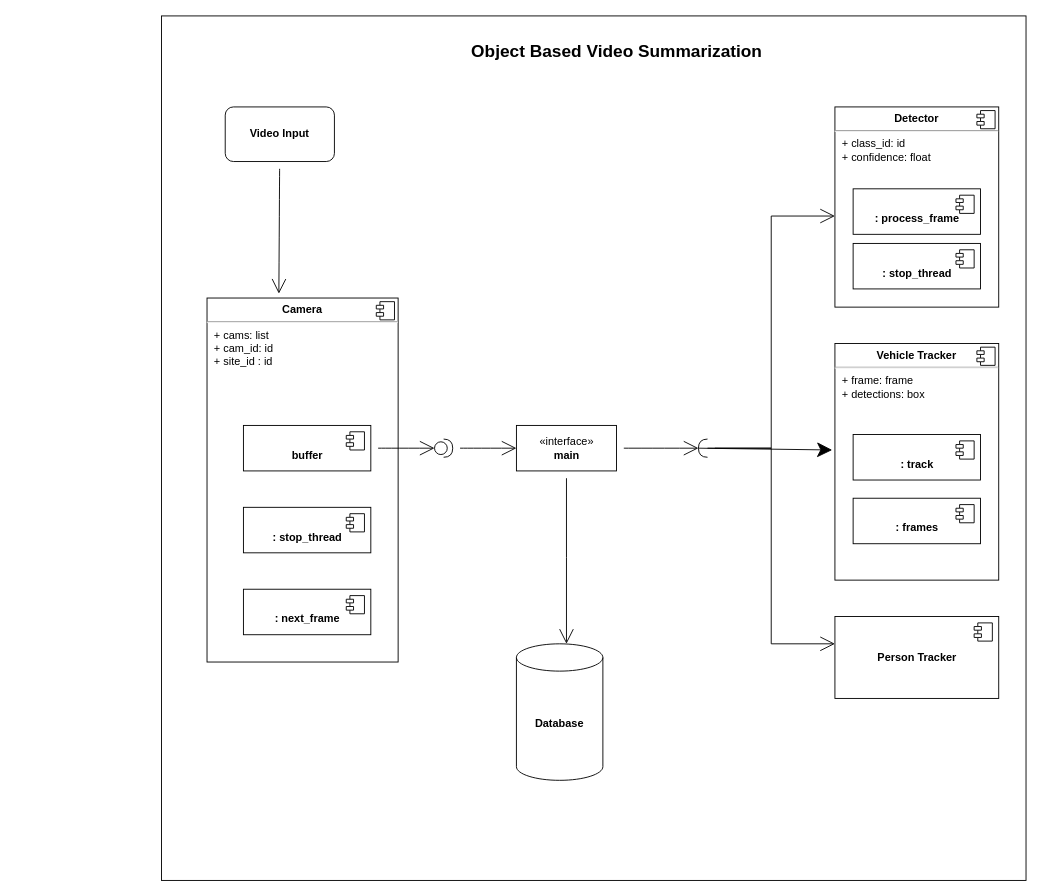
Earlier version of the draw.io diagram Untitled Diagram.drawio (vishvarana/AI-ML-for-Newborn-Babies-in-Healthcare). Source tidied: cells renumbered, new cells numbered last; positions are measured from the earlier drawing's top-left corner, leaving out a move shared by most shapes. Both pictures are drawn from the tidied source at 91%, with x=0, y=0 at pixel (161, 15).
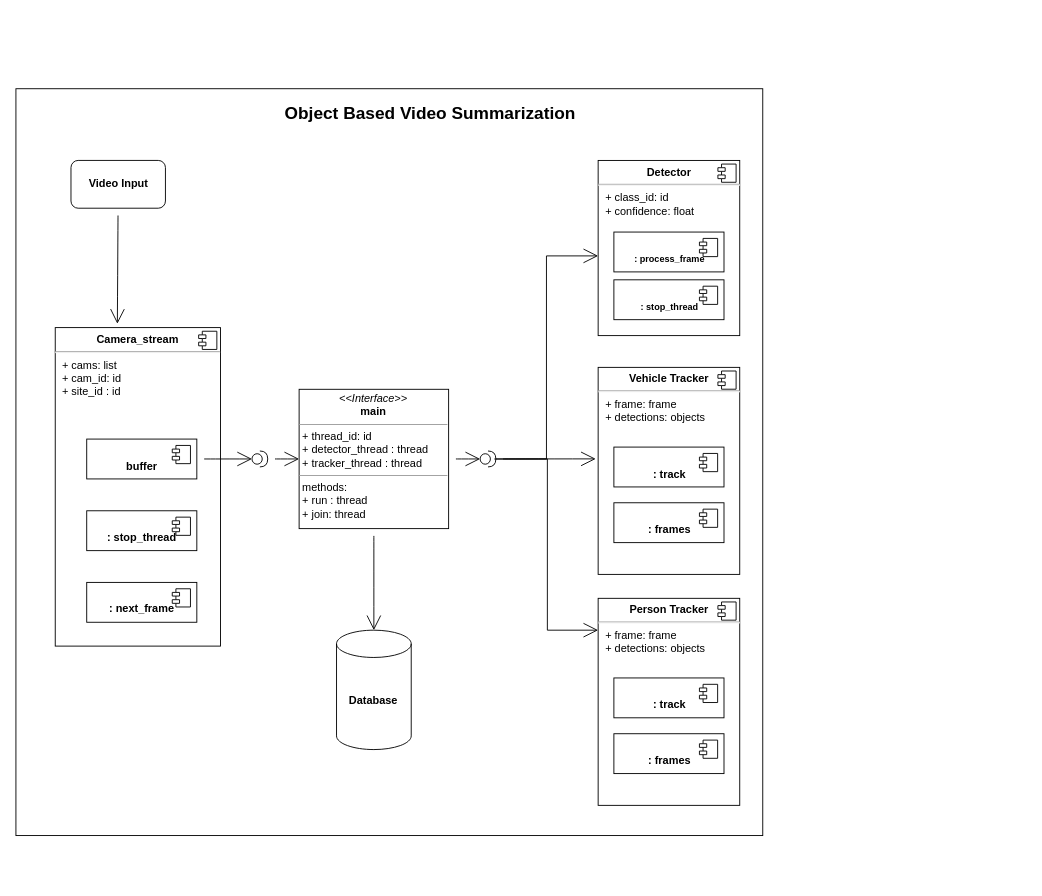
The same page after the edit.

Change to the diagram source:
```diff
@@
-    <mxCell id="2" style="whiteSpace=wrap;html=1;hachureGap=4;fillColor=none;" parent="1" vertex="1">
-      <mxGeometry width="950" height="950" as="geometry" />
-    </mxCell>
+    <mxCell id="39" style="group;" parent="1" vertex="1">
+      <mxGeometry x="-160" y="80" width="830" height="840" as="geometry" />
+    </mxCell>
-    <mxCell id="3" value="&lt;p style=&quot;margin: 0px ; margin-top: 6px ; text-align: center&quot;&gt;&lt;b&gt;Camera&lt;/b&gt;&lt;/p&gt;&lt;hr&gt;&lt;p style=&quot;margin: 0px ; margin-left: 8px&quot;&gt;+ cams: list&lt;br&gt;+ cam_id: id&lt;/p&gt;&lt;p style=&quot;margin: 0px ; margin-left: 8px&quot;&gt;+ site_id : id&lt;/p&gt;&lt;p style=&quot;margin: 0px ; margin-left: 8px&quot;&gt;&lt;span style=&quot;white-space: pre&quot;&gt; &lt;/span&gt;&lt;span style=&quot;white-space: pre&quot;&gt; &lt;/span&gt;&lt;br&gt;&lt;/p&gt;" style="align=left;overflow=fill;html=1;hachureGap=4;" parent="1" vertex="1">
-      <mxGeometry x="50" y="310" width="210" height="400" as="geometry" />
+    <mxCell id="3" value="&lt;p style=&quot;margin: 0px ; margin-top: 6px ; text-align: center&quot;&gt;&lt;b&gt;Camera_stream&lt;/b&gt;&lt;/p&gt;&lt;hr&gt;&lt;p style=&quot;margin: 0px ; margin-left: 8px&quot;&gt;+ cams: list&lt;br&gt;+ cam_id: id&lt;/p&gt;&lt;p style=&quot;margin: 0px ; margin-left: 8px&quot;&gt;+ site_id : id&lt;/p&gt;&lt;p style=&quot;margin: 0px ; margin-left: 8px&quot;&gt;&lt;span style=&quot;white-space: pre&quot;&gt; &lt;/span&gt;&lt;span style=&quot;white-space: pre&quot;&gt; &lt;/span&gt;&lt;br&gt;&lt;/p&gt;" style="align=left;overflow=fill;html=1;hachureGap=4;" parent="39" vertex="1">
+      <mxGeometry x="43.2" y="262.5" width="181.6" height="350" as="geometry" />
     </mxCell>
@@
-    <mxCell id="5" value="&lt;p style=&quot;margin: 0px ; margin-top: 6px ; text-align: center&quot;&gt;&lt;b&gt;Detector&lt;/b&gt;&lt;/p&gt;&lt;hr&gt;&lt;p style=&quot;margin: 0px ; margin-left: 8px&quot;&gt;+ class_id: id&lt;br&gt;+ confidence: float&amp;nbsp;&lt;/p&gt;" style="align=left;overflow=fill;html=1;hachureGap=4;" parent="1" vertex="1">
-      <mxGeometry x="740" y="100" width="180" height="220" as="geometry" />
+    <mxCell id="5" value="&lt;p style=&quot;margin: 0px ; margin-top: 6px ; text-align: center&quot;&gt;&lt;b&gt;Detector&lt;/b&gt;&lt;/p&gt;&lt;hr&gt;&lt;p style=&quot;margin: 0px ; margin-left: 8px&quot;&gt;+ class_id: id&lt;br&gt;+ confidence: float&amp;nbsp;&lt;/p&gt;" style="align=left;overflow=fill;html=1;hachureGap=4;" parent="39" vertex="1">
+      <mxGeometry x="639.8" y="78.8" width="155.6" height="192.5" as="geometry" />
     </mxCell>
@@
-    <mxCell id="7" value="&lt;p style=&quot;margin: 0px ; margin-top: 6px ; text-align: center&quot;&gt;&lt;b&gt;Vehicle Tracker&lt;/b&gt;&lt;/p&gt;&lt;hr&gt;&lt;p style=&quot;margin: 0px ; margin-left: 8px&quot;&gt;+ frame: frame&lt;br&gt;+ detections: box&lt;/p&gt;&lt;p style=&quot;margin: 0px ; margin-left: 8px&quot;&gt;&lt;br&gt;&lt;/p&gt;" style="align=left;overflow=fill;html=1;hachureGap=4;" parent="1" vertex="1">
-      <mxGeometry x="740" y="360" width="180" height="260" as="geometry" />
+    <mxCell id="7" value="&lt;p style=&quot;margin: 0px ; margin-top: 6px ; text-align: center&quot;&gt;&lt;b&gt;Vehicle Tracker&lt;/b&gt;&lt;/p&gt;&lt;hr&gt;&lt;p style=&quot;margin: 0px ; margin-left: 8px&quot;&gt;+ frame: frame&lt;br&gt;+ detections: objects&lt;/p&gt;&lt;p style=&quot;margin: 0px ; margin-left: 8px&quot;&gt;&lt;br&gt;&lt;/p&gt;" style="align=left;overflow=fill;html=1;hachureGap=4;" parent="39" vertex="1">
+      <mxGeometry x="639.8" y="306.2" width="155.6" height="227.5" as="geometry" />
     </mxCell>
@@
-    <mxCell id="9" value="&lt;br&gt;&lt;b&gt;: next_frame&lt;/b&gt;" style="html=1;hachureGap=4;" parent="1" vertex="1">
-      <mxGeometry x="90" y="630" width="140" height="50" as="geometry" />
+    <mxCell id="9" value="&lt;br&gt;&lt;b&gt;: next_frame&lt;/b&gt;" style="html=1;hachureGap=4;" parent="39" vertex="1">
+      <mxGeometry x="77.8" y="542.5" width="121" height="43.8" as="geometry" />
     </mxCell>
@@
-    <mxCell id="11" value="&lt;br&gt;&lt;b&gt;: stop_thread&lt;/b&gt;" style="html=1;hachureGap=4;" parent="1" vertex="1">
-      <mxGeometry x="90" y="540" width="140" height="50" as="geometry" />
+    <mxCell id="11" value="&lt;br&gt;&lt;b&gt;: stop_thread&lt;/b&gt;" style="html=1;hachureGap=4;" parent="39" vertex="1">
+      <mxGeometry x="77.8" y="463.8" width="121" height="43.8" as="geometry" />
     </mxCell>
@@
-    <mxCell id="13" style="edgeStyle=none;curved=1;rounded=0;jettySize=auto;html=1;entryX=0;entryY=0.5;entryDx=0;entryDy=0;entryPerimeter=0;endArrow=open;startSize=14;endSize=14;sourcePerimeterSpacing=8;targetPerimeterSpacing=8;" parent="1" edge="1" source="14" target="24">
-      <mxGeometry relative="1" as="geometry" />
-    </mxCell>
-    <mxCell id="14" value="&lt;br&gt;&lt;b&gt;buffer&lt;/b&gt;" style="html=1;hachureGap=4;" parent="1" vertex="1">
-      <mxGeometry x="90" y="450" width="140" height="50" as="geometry" />
+    <mxCell id="14" value="&lt;br&gt;&lt;b&gt;buffer&lt;/b&gt;" style="html=1;hachureGap=4;" parent="39" vertex="1">
+      <mxGeometry x="77.8" y="385" width="121" height="43.8" as="geometry" />
     </mxCell>
@@
-    <mxCell id="16" style="edgeStyle=none;curved=1;rounded=0;jettySize=auto;html=1;entryX=0.376;entryY=-0.012;entryDx=0;entryDy=0;entryPerimeter=0;endArrow=open;startSize=14;endSize=14;sourcePerimeterSpacing=8;targetPerimeterSpacing=8;" parent="1" edge="1" source="17" target="3">
+    <mxCell id="16" style="edgeStyle=none;curved=1;rounded=0;jettySize=auto;html=1;entryX=0.376;entryY=-0.012;entryDx=0;entryDy=0;entryPerimeter=0;endArrow=open;startSize=14;endSize=14;sourcePerimeterSpacing=8;targetPerimeterSpacing=8;" parent="39" edge="1" source="17" target="3">
       <mxGeometry relative="1" as="geometry" />
     </mxCell>
-    <mxCell id="17" value="&lt;b&gt;Video Input&lt;/b&gt;" style="rounded=1;whiteSpace=wrap;html=1;hachureGap=4;" parent="1" vertex="1">
-      <mxGeometry x="70" y="100" width="120" height="60" as="geometry" />
+    <mxCell id="17" value="&lt;b&gt;Video Input&lt;/b&gt;" style="rounded=1;whiteSpace=wrap;html=1;hachureGap=4;" parent="39" vertex="1">
+      <mxGeometry x="60.5" y="78.8" width="103.8" height="52.5" as="geometry" />
     </mxCell>
-    <mxCell id="18" style="edgeStyle=none;curved=1;rounded=0;jettySize=auto;html=1;entryX=1;entryY=0.5;entryDx=0;entryDy=0;entryPerimeter=0;endArrow=open;startSize=14;endSize=14;sourcePerimeterSpacing=8;targetPerimeterSpacing=8;" parent="1" edge="1" source="20" target="22">
-      <mxGeometry relative="1" as="geometry" />
-    </mxCell>
-    <mxCell id="19" style="edgeStyle=elbowEdgeStyle;rounded=0;jettySize=auto;elbow=vertical;html=1;entryX=0.579;entryY=0;entryDx=0;entryDy=0;entryPerimeter=0;endArrow=open;startSize=14;endSize=14;sourcePerimeterSpacing=8;targetPerimeterSpacing=8;" parent="1" edge="1" source="20" target="37">
-      <mxGeometry relative="1" as="geometry" />
-    </mxCell>
-    <mxCell id="20" value="«interface»&lt;br&gt;&lt;b&gt;main&lt;/b&gt;" style="html=1;hachureGap=4;" parent="1" vertex="1">
-      <mxGeometry x="390" y="450" width="110" height="50" as="geometry" />
-    </mxCell>
-    <mxCell id="21" style="edgeStyle=elbowEdgeStyle;rounded=0;jettySize=auto;html=1;entryX=0;entryY=0.545;entryDx=0;entryDy=0;entryPerimeter=0;endArrow=open;startSize=14;endSize=14;sourcePerimeterSpacing=8;targetPerimeterSpacing=8;" parent="1" edge="1" source="22" target="5">
-      <mxGeometry relative="1" as="geometry" />
+    <mxCell id="21" style="edgeStyle=elbowEdgeStyle;rounded=0;jettySize=auto;html=1;entryX=0;entryY=0.545;entryDx=0;entryDy=0;entryPerimeter=0;endArrow=open;startSize=14;endSize=14;sourcePerimeterSpacing=8;targetPerimeterSpacing=8;" parent="39" edge="1" target="5">
+      <mxGeometry relative="1" as="geometry">
+        <mxPoint x="525.7" y="406.9" as="sourcePoint" />
+      </mxGeometry>
     </mxCell>
-    <mxCell id="22" style="shape=requiredInterface;html=1;verticalLabelPosition=bottom;hachureGap=4;direction=west;rotation=0;" parent="1" vertex="1">
-      <mxGeometry x="590" y="465" width="10" height="20" as="geometry" />
-    </mxCell>
-    <mxCell id="23" style="edgeStyle=none;curved=1;rounded=0;jettySize=auto;html=1;endArrow=open;startSize=14;endSize=14;sourcePerimeterSpacing=8;targetPerimeterSpacing=8;entryX=0;entryY=0.5;entryDx=0;entryDy=0;" parent="1" edge="1" source="24" target="20">
-      <mxGeometry relative="1" as="geometry" />
-    </mxCell>
-    <mxCell id="24" style="shape=providedRequiredInterface;html=1;verticalLabelPosition=bottom;hachureGap=4;" parent="1" vertex="1">
-      <mxGeometry x="300" y="465" width="20" height="20" as="geometry" />
+    <mxCell id="24" style="shape=providedRequiredInterface;html=1;verticalLabelPosition=bottom;hachureGap=4;" parent="39" vertex="1">
+      <mxGeometry x="259.4" y="398.1" width="17.3" height="17.5" as="geometry" />
     </mxCell>
+    <mxCell id="13" style="edgeStyle=none;curved=1;rounded=0;jettySize=auto;html=1;entryX=0;entryY=0.5;entryDx=0;entryDy=0;entryPerimeter=0;endArrow=open;startSize=14;endSize=14;sourcePerimeterSpacing=8;targetPerimeterSpacing=8;" parent="39" edge="1" source="14" target="24">
+      <mxGeometry relative="1" as="geometry" />
+    </mxCell>
-    <mxCell id="25" value="&lt;br&gt;&lt;b&gt;: process_frame&lt;/b&gt;" style="html=1;hachureGap=4;" parent="1" vertex="1">
-      <mxGeometry x="760" y="190" width="140" height="50" as="geometry" />
+    <mxCell id="25" value="&lt;font style=&quot;font-size: 10px&quot;&gt;&lt;br&gt;&lt;b&gt;: process_frame&lt;/b&gt;&lt;/font&gt;" style="html=1;hachureGap=4;" parent="39" vertex="1">
+      <mxGeometry x="657.1" y="157.5" width="121" height="43.8" as="geometry" />
     </mxCell>
@@
-    <mxCell id="27" value="&lt;br&gt;&lt;b&gt;: stop_thread&lt;/b&gt;" style="html=1;hachureGap=4;" parent="1" vertex="1">
-      <mxGeometry x="760" y="250" width="140" height="50" as="geometry" />
+    <mxCell id="27" value="&lt;font style=&quot;font-size: 10px&quot;&gt;&lt;br&gt;&lt;b&gt;: stop_thread&lt;/b&gt;&lt;/font&gt;" style="html=1;hachureGap=4;" parent="39" vertex="1">
+      <mxGeometry x="657.1" y="210" width="121" height="43.8" as="geometry" />
     </mxCell>
@@
-    <mxCell id="29" value="&lt;br&gt;&lt;b&gt;: track&lt;/b&gt;" style="html=1;hachureGap=4;" parent="1" vertex="1">
-      <mxGeometry x="760" y="460" width="140" height="50" as="geometry" />
+    <mxCell id="29" value="&lt;br&gt;&lt;b&gt;: track&lt;/b&gt;" style="html=1;hachureGap=4;" parent="39" vertex="1">
+      <mxGeometry x="657.1" y="393.8" width="121" height="43.8" as="geometry" />
     </mxCell>
@@
-    <mxCell id="31" value="&lt;br&gt;&lt;b&gt;: frames&lt;/b&gt;" style="html=1;hachureGap=4;" parent="1" vertex="1">
-      <mxGeometry x="760" y="530" width="140" height="50" as="geometry" />
+    <mxCell id="31" value="&lt;br&gt;&lt;b&gt;: frames&lt;/b&gt;" style="html=1;hachureGap=4;" parent="39" vertex="1">
+      <mxGeometry x="657.1" y="455" width="121" height="43.8" as="geometry" />
     </mxCell>
@@
-    <mxCell id="33" value="&lt;b&gt;Person Tracker&lt;/b&gt;" style="html=1;hachureGap=4;" parent="1" vertex="1">
-      <mxGeometry x="740" y="660" width="180" height="90" as="geometry" />
-    </mxCell>
-    <mxCell id="34" style="shape=module;jettyWidth=8;jettyHeight=4;" parent="33" vertex="1">
-      <mxGeometry x="1" width="20" height="20" relative="1" as="geometry">
-        <mxPoint x="-27" y="7" as="offset" />
-      </mxGeometry>
-    </mxCell>
-    <mxCell id="35" style="edgeStyle=elbowEdgeStyle;rounded=0;jettySize=auto;html=1;endArrow=open;startSize=14;endSize=14;sourcePerimeterSpacing=8;targetPerimeterSpacing=8;exitX=0;exitY=0.5;exitDx=0;exitDy=0;exitPerimeter=0;" parent="1" edge="1" source="22">
+    <mxCell id="35" style="edgeStyle=elbowEdgeStyle;rounded=0;jettySize=auto;html=1;endArrow=open;startSize=14;endSize=14;sourcePerimeterSpacing=8;targetPerimeterSpacing=8;exitX=1;exitY=0.5;exitDx=0;exitDy=0;exitPerimeter=0;" parent="39" edge="1" source="43">
       <mxGeometry relative="1" as="geometry">
-        <mxPoint x="740" y="690" as="targetPoint" />
+        <mxPoint x="639.8" y="595" as="targetPoint" />
       </mxGeometry>
     </mxCell>
-    <mxCell id="36" style="endArrow=classic;html=1;startSize=14;endSize=14;sourcePerimeterSpacing=8;targetPerimeterSpacing=8;exitX=1;exitY=0.5;exitDx=0;exitDy=0;exitPerimeter=0;" parent="1" edge="1" source="22">
-      <mxGeometry relative="1" as="geometry">
-        <mxPoint x="737" y="477" as="targetPoint" />
-      </mxGeometry>
-    </mxCell>
-    <mxCell id="37" value="&lt;b&gt;Database&lt;/b&gt;" style="shape=cylinder3;whiteSpace=wrap;html=1;boundedLbl=1;backgroundOutline=1;size=15;hachureGap=4;" parent="1" vertex="1">
-      <mxGeometry x="390" y="690" width="95" height="150" as="geometry" />
+    <mxCell id="37" value="&lt;b&gt;Database&lt;/b&gt;" style="shape=cylinder3;whiteSpace=wrap;html=1;boundedLbl=1;backgroundOutline=1;size=15;hachureGap=4;" parent="39" vertex="1">
+      <mxGeometry x="352.3" y="595" width="82.1" height="131.2" as="geometry" />
     </mxCell>
-    <mxCell id="38" value="&lt;font style=&quot;font-size: 19px&quot;&gt;&lt;b&gt;Object Based Video Summarization&lt;/b&gt;&lt;/font&gt;" style="text;html=1;align=center;verticalAlign=middle;strokeColor=none;fillColor=none;" parent="1" vertex="1">
-      <mxGeometry x="330" y="30" width="340" height="20" as="geometry" />
+    <mxCell id="38" value="&lt;font style=&quot;font-size: 19px&quot;&gt;&lt;b&gt;Object Based Video Summarization&lt;/b&gt;&lt;/font&gt;" style="text;html=1;align=center;verticalAlign=middle;strokeColor=none;fillColor=none;" parent="39" vertex="1">
+      <mxGeometry x="285.3" y="17.5" width="340" height="20" as="geometry" />
     </mxCell>
+    <mxCell id="40" value="&lt;p style=&quot;margin: 0px ; margin-top: 6px ; text-align: center&quot;&gt;&lt;b&gt;Person Tracker&lt;/b&gt;&lt;/p&gt;&lt;hr&gt;&lt;p style=&quot;margin: 0px ; margin-left: 8px&quot;&gt;+ frame: frame&lt;br&gt;+ detections: objects&lt;/p&gt;&lt;p style=&quot;margin: 0px ; margin-left: 8px&quot;&gt;&lt;br&gt;&lt;/p&gt;" style="align=left;overflow=fill;html=1;hachureGap=4;" parent="39" vertex="1">
+      <mxGeometry x="639.8" y="560" width="155.6" height="227.5" as="geometry" />
+    </mxCell>
+    <mxCell id="41" style="shape=component;jettyWidth=8;jettyHeight=4;" parent="40" vertex="1">
+      <mxGeometry x="1" width="20" height="20" relative="1" as="geometry">
+        <mxPoint x="-24" y="4" as="offset" />
+      </mxGeometry>
+    </mxCell>
+    <mxCell id="42" style="edgeStyle=none;curved=1;rounded=0;jettySize=auto;html=1;endArrow=open;startSize=14;endSize=14;sourcePerimeterSpacing=8;targetPerimeterSpacing=8;entryX=-0.017;entryY=0.442;entryDx=0;entryDy=0;entryPerimeter=0;" parent="39" edge="1" source="43" target="7">
+      <mxGeometry relative="1" as="geometry" />
+    </mxCell>
+    <mxCell id="43" style="shape=providedRequiredInterface;html=1;verticalLabelPosition=bottom;hachureGap=4;" parent="39" vertex="1">
+      <mxGeometry x="510.1" y="398.1" width="17.3" height="17.5" as="geometry" />
+    </mxCell>
+    <mxCell id="44" value="&lt;br&gt;&lt;b&gt;: track&lt;/b&gt;" style="html=1;hachureGap=4;" parent="39" vertex="1">
+      <mxGeometry x="657.1" y="647.5" width="121" height="43.8" as="geometry" />
+    </mxCell>
+    <mxCell id="45" style="shape=module;jettyWidth=8;jettyHeight=4;" parent="44" vertex="1">
+      <mxGeometry x="1" width="20" height="20" relative="1" as="geometry">
+        <mxPoint x="-27" y="7" as="offset" />
+      </mxGeometry>
+    </mxCell>
+    <mxCell id="46" value="&lt;br&gt;&lt;b&gt;: frames&lt;/b&gt;" style="html=1;hachureGap=4;" parent="39" vertex="1">
+      <mxGeometry x="657.1" y="708.8" width="121" height="43.8" as="geometry" />
+    </mxCell>
+    <mxCell id="47" style="shape=module;jettyWidth=8;jettyHeight=4;" parent="46" vertex="1">
+      <mxGeometry x="1" width="20" height="20" relative="1" as="geometry">
+        <mxPoint x="-27" y="7" as="offset" />
+      </mxGeometry>
+    </mxCell>
+    <mxCell id="48" style="edgeStyle=none;curved=1;rounded=0;jettySize=auto;html=1;endArrow=open;startSize=14;endSize=14;sourcePerimeterSpacing=8;targetPerimeterSpacing=8;entryX=0.5;entryY=0;entryDx=0;entryDy=0;entryPerimeter=0;" parent="39" edge="1" source="50" target="37">
+      <mxGeometry relative="1" as="geometry" />
+    </mxCell>
+    <mxCell id="49" style="edgeStyle=none;curved=1;rounded=0;jettySize=auto;html=1;entryX=0;entryY=0.5;entryDx=0;entryDy=0;entryPerimeter=0;endArrow=open;startSize=14;endSize=14;sourcePerimeterSpacing=8;targetPerimeterSpacing=8;" parent="39" edge="1" source="50" target="43">
+      <mxGeometry relative="1" as="geometry" />
+    </mxCell>
+    <mxCell id="50" value="&lt;p style=&quot;margin: 0px ; margin-top: 4px ; text-align: center&quot;&gt;&lt;i&gt;&amp;lt;&amp;lt;Interface&amp;gt;&amp;gt;&lt;/i&gt;&lt;br&gt;&lt;b&gt;main&lt;/b&gt;&lt;/p&gt;&lt;hr size=&quot;1&quot;&gt;&lt;p style=&quot;margin: 0px ; margin-left: 4px&quot;&gt;+ thread_id: id&lt;/p&gt;&lt;p style=&quot;margin: 0px ; margin-left: 4px&quot;&gt;+ detector_thread : thread&lt;/p&gt;&lt;p style=&quot;margin: 0px ; margin-left: 4px&quot;&gt;+ tracker_thread : thread&lt;/p&gt;&lt;hr size=&quot;1&quot;&gt;&lt;p style=&quot;margin: 0px ; margin-left: 4px&quot;&gt;methods:&lt;/p&gt;&lt;p style=&quot;margin: 0px ; margin-left: 4px&quot;&gt;+ run : thread&lt;br&gt;+ join: thread&lt;/p&gt;" style="verticalAlign=top;align=left;overflow=fill;fontSize=12;fontFamily=Helvetica;html=1;hachureGap=4;" parent="39" vertex="1">
+      <mxGeometry x="311.2" y="330.3" width="164.3" height="153.1" as="geometry" />
+    </mxCell>
+    <mxCell id="51" style="edgeStyle=none;curved=1;rounded=0;jettySize=auto;html=1;entryX=0;entryY=0.5;entryDx=0;entryDy=0;endArrow=open;startSize=14;endSize=14;sourcePerimeterSpacing=8;targetPerimeterSpacing=8;" parent="39" edge="1" source="24" target="50">
+      <mxGeometry relative="1" as="geometry" />
+    </mxCell>
+    <mxCell id="52" style="whiteSpace=wrap;html=1;hachureGap=4;fillColor=none;" parent="39" vertex="1">
+      <mxGeometry width="820.7" height="820.7" as="geometry" />
+    </mxCell>
```
